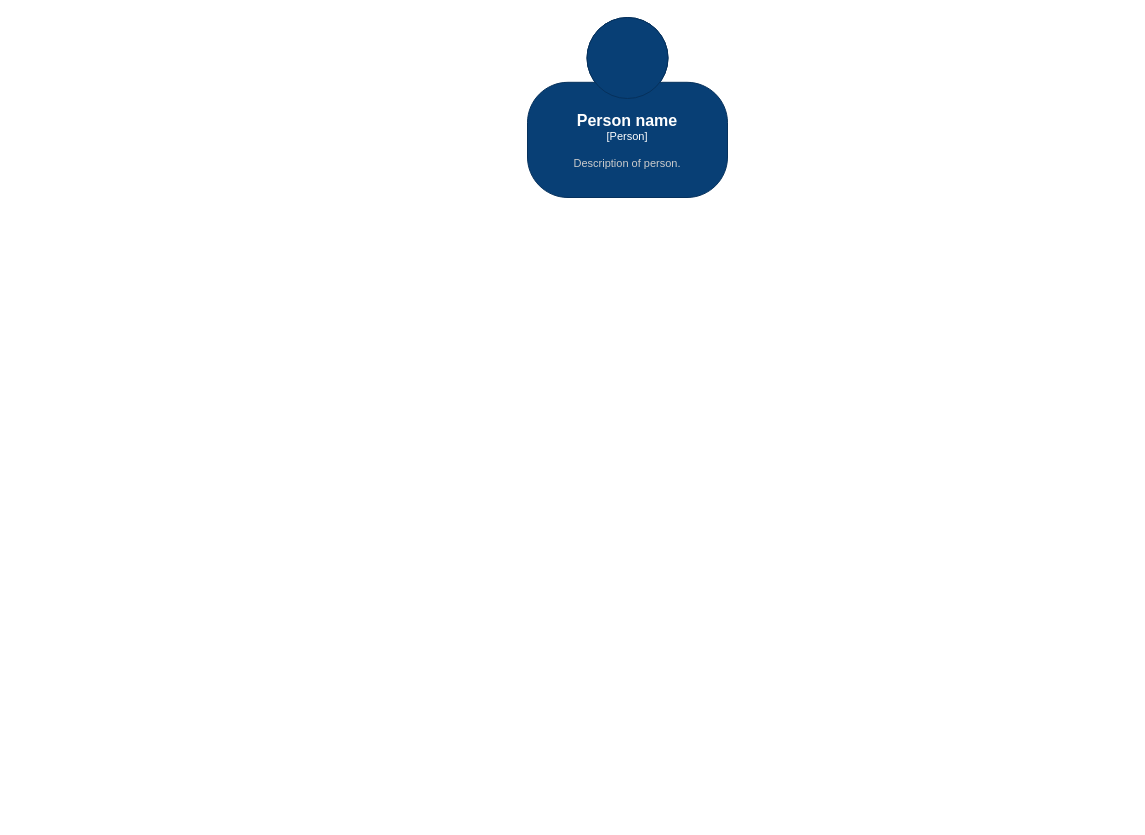
This is C4.drawio from valeriiaradzivilo/drawio_repository, a draw.io file, before an edit. Source tidied: cells renumbered, new cells numbered last; positions are measured from the earlier drawing's top-left corner, leaving out a move shared by most shapes. Both pictures are drawn from the tidied source at 100%, with x=0, y=0 at pixel (527, 17).
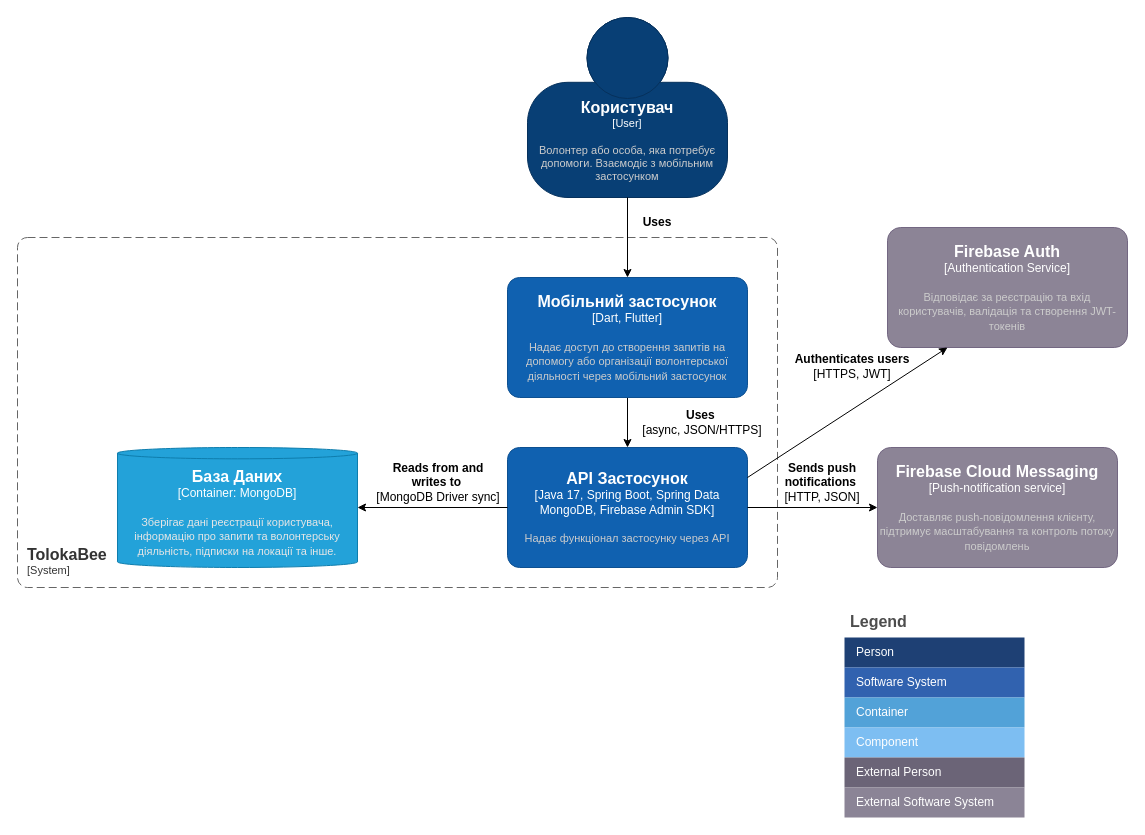
After the change.

Diff of the diagram source:
```diff
@@
-    <object id="2" label="&lt;font style=&quot;font-size: 16px&quot;&gt;&lt;b&gt;%c4Name%&lt;/b&gt;&lt;/font&gt;&lt;div&gt;[%c4Type%]&lt;/div&gt;&lt;br&gt;&lt;div&gt;&lt;font style=&quot;font-size: 11px&quot;&gt;&lt;font color=&quot;#cccccc&quot;&gt;%c4Description%&lt;/font&gt;&lt;/div&gt;" c4Description="Description of person." c4Name="Person name" c4Type="Person" placeholders="1">
+    <object id="2" label="&lt;font style=&quot;font-size: 16px&quot;&gt;&lt;b&gt;%c4Name%&lt;/b&gt;&lt;/font&gt;&lt;div&gt;[%c4Type%]&lt;/div&gt;&lt;br&gt;&lt;div&gt;&lt;font style=&quot;font-size: 11px&quot;&gt;&lt;font color=&quot;#cccccc&quot;&gt;%c4Description%&lt;/font&gt;&lt;/div&gt;" c4Description="Волонтер або особа, яка потребує допомоги. Взаємодіє з мобільним застосунком" c4Name="Користувач" c4Type="User" placeholders="1">
       <mxCell style="html=1;fontSize=11;dashed=0;whiteSpace=wrap;fillColor=#083F75;strokeColor=#06315C;fontColor=#ffffff;shape=mxgraph.c4.person2;align=center;points=[[0.5,0,0],[1,0.5,0],[1,0.75,0],[0.75,1,0],[0.5,1,0],[0.25,1,0],[0,0.75,0],[0,0.5,0]];" parent="1" vertex="1">
         <mxGeometry width="200" height="180" as="geometry" />
       </mxCell>
     </object>
+    <object id="3" label="&lt;font style=&quot;font-size: 16px&quot;&gt;&lt;b&gt;&lt;div style=&quot;text-align: left&quot;&gt;%c4Name%&lt;/div&gt;&lt;/b&gt;&lt;/font&gt;&lt;div style=&quot;text-align: left&quot;&gt;[%c4Application%]&lt;/div&gt;" c4Application="System" c4Name="TolokaBee" placeholders="1">
+      <mxCell style="rounded=1;fontSize=11;whiteSpace=wrap;html=1;dashed=1;arcSize=20;fillColor=none;strokeColor=#666666;fontColor=#333333;labelBackgroundColor=none;align=left;verticalAlign=bottom;labelBorderColor=none;spacingTop=0;spacing=10;dashPattern=8 4;perimeter=rectanglePerimeter;noLabel=0;labelPadding=0;absoluteArcSize=1;" parent="1" vertex="1">
+        <mxGeometry x="-510" y="220" width="760" height="350" as="geometry" />
+      </mxCell>
+    </object>
+    <mxCell id="4" style="edgeStyle=orthogonalEdgeStyle;rounded=0;jettySize=auto;html=1;" parent="1" edge="1" source="5" target="8">
+      <mxGeometry relative="1" as="geometry" />
+    </mxCell>
+    <object id="5" label="&lt;font style=&quot;font-size: 16px&quot;&gt;&lt;b&gt;%c4Name%&lt;/b&gt;&lt;/font&gt;&lt;div&gt;[%c4Type%]&lt;/div&gt;&lt;br&gt;&lt;div&gt;&lt;font style=&quot;font-size: 11px&quot;&gt;&lt;font color=&quot;#cccccc&quot;&gt;%c4Description%&lt;/font&gt;&lt;/div&gt;" c4Description="Надає доступ до створення запитів на допомогу або організації волонтерської діяльності через мобільний застосунок" c4Name="Мобільний застосунок" c4Type="Dart, Flutter" placeholders="1">
+      <mxCell style="rounded=1;whiteSpace=wrap;html=1;labelBackgroundColor=none;fillColor=#1061B0;fontColor=#ffffff;align=center;arcSize=10;strokeColor=#0D5091;points=[[0.25,0,0],[0.5,0,0],[0.75,0,0],[1,0.25,0],[1,0.5,0],[1,0.75,0],[0.75,1,0],[0.5,1,0],[0.25,1,0],[0,0.75,0],[0,0.5,0],[0,0.25,0]];" parent="1" vertex="1">
+        <mxGeometry x="-20" y="260" width="240" height="120" as="geometry" />
+      </mxCell>
+    </object>
+    <mxCell id="6" style="edgeStyle=orthogonalEdgeStyle;rounded=0;jettySize=auto;html=1;entryX=0.5;entryY=0;entryDx=0;entryDy=0;entryPerimeter=0;" parent="1" edge="1" source="2" target="5">
+      <mxGeometry relative="1" as="geometry" />
+    </mxCell>
+    <mxCell id="7" value="Uses" style="text;html=1;align=center;verticalAlign=middle;whiteSpace=wrap;rounded=0;fontStyle=1;" parent="1" vertex="1">
+      <mxGeometry x="100" y="190" width="60" height="30" as="geometry" />
+    </mxCell>
+    <object id="8" label="&lt;font style=&quot;font-size: 16px&quot;&gt;&lt;b&gt;%c4Name%&lt;/b&gt;&lt;/font&gt;&lt;div&gt;[%c4Type%]&lt;/div&gt;&lt;br&gt;&lt;div&gt;&lt;font style=&quot;font-size: 11px&quot;&gt;&lt;font color=&quot;#cccccc&quot;&gt;%c4Description%&lt;/font&gt;&lt;/div&gt;" c4Description="Надає функціонал застосунку через API" c4Name="API Застосунок" c4Type="Java 17, Spring Boot, Spring Data MongoDB, Firebase Admin SDK" placeholders="1">
+      <mxCell style="rounded=1;whiteSpace=wrap;html=1;labelBackgroundColor=none;fillColor=#1061B0;fontColor=#ffffff;align=center;arcSize=10;strokeColor=#0D5091;points=[[0.25,0,0],[0.5,0,0],[0.75,0,0],[1,0.25,0],[1,0.5,0],[1,0.75,0],[0.75,1,0],[0.5,1,0],[0.25,1,0],[0,0.75,0],[0,0.5,0],[0,0.25,0]];" parent="1" vertex="1">
+        <mxGeometry x="-20" y="430" width="240" height="120" as="geometry" />
+      </mxCell>
+    </object>
+    <mxCell id="9" value="&lt;b&gt;Uses&lt;/b&gt;&amp;nbsp;&lt;div&gt;[async, JSON/HTTPS]&lt;/div&gt;" style="text;html=1;align=center;verticalAlign=middle;whiteSpace=wrap;rounded=0;" parent="1" vertex="1">
+      <mxGeometry x="110" y="390" width="130" height="30" as="geometry" />
+    </mxCell>
+    <object id="10" label="&lt;font style=&quot;font-size: 16px&quot;&gt;&lt;b&gt;%c4Name%&lt;/b&gt;&lt;/font&gt;&lt;div&gt;[%c4Type%:&amp;nbsp;%c4Technology%]&lt;/div&gt;&lt;br&gt;&lt;div&gt;&lt;font style=&quot;font-size: 11px&quot;&gt;&lt;font color=&quot;#E6E6E6&quot;&gt;%c4Description%&lt;/font&gt;&lt;/div&gt;" c4Description="Зберігає дані реєстрації користувача, інформацію про запити та волонтерську діяльність, підписки на локації та інше." c4Name="База Даних" c4Technology="MongoDB" c4Type="Container" placeholders="1">
+      <mxCell style="shape=cylinder3;size=5.666666666666686;whiteSpace=wrap;html=1;boundedLbl=1;rounded=0;labelBackgroundColor=none;fillColor=#23A2D9;fontSize=12;fontColor=#ffffff;align=center;strokeColor=#0E7DAD;points=[[0.5,0,0],[1,0.25,0],[1,0.5,0],[1,0.75,0],[0.5,1,0],[0,0.75,0],[0,0.5,0],[0,0.25,0]];" parent="1" vertex="1">
+        <mxGeometry x="-410" y="430" width="240" height="120" as="geometry" />
+      </mxCell>
+    </object>
+    <mxCell id="11" style="edgeStyle=orthogonalEdgeStyle;rounded=0;jettySize=auto;html=1;entryX=1;entryY=0.5;entryDx=0;entryDy=0;entryPerimeter=0;" parent="1" edge="1" source="8" target="10">
+      <mxGeometry relative="1" as="geometry" />
+    </mxCell>
+    <mxCell id="12" value="&lt;b&gt;Reads from and writes to&lt;/b&gt;&amp;nbsp;&lt;div&gt;[MongoDB Driver sync]&lt;/div&gt;" style="text;html=1;align=center;verticalAlign=middle;whiteSpace=wrap;rounded=0;" parent="1" vertex="1">
+      <mxGeometry x="-154" y="450" width="130" height="30" as="geometry" />
+    </mxCell>
+    <object id="13" label="&lt;font style=&quot;font-size: 16px&quot;&gt;&lt;b&gt;%c4Name%&lt;/b&gt;&lt;/font&gt;&lt;div&gt;[%c4Type%]&lt;/div&gt;&lt;br&gt;&lt;div&gt;&lt;font style=&quot;font-size: 11px&quot;&gt;&lt;font color=&quot;#cccccc&quot;&gt;%c4Description%&lt;/font&gt;&lt;/div&gt;" c4Description="Відповідає за реєстрацію та вхід користувачів, валідація та створення JWT-токенів" c4Name="Firebase Auth" c4Type="Authentication Service" placeholders="1">
+      <mxCell style="rounded=1;whiteSpace=wrap;html=1;labelBackgroundColor=none;fillColor=#8C8496;fontColor=#ffffff;align=center;arcSize=11;strokeColor=#736782;points=[[0.25,0,0],[0.5,0,0],[0.75,0,0],[1,0.25,0],[1,0.5,0],[1,0.75,0],[0.75,1,0],[0.5,1,0],[0.25,1,0],[0,0.75,0],[0,0.5,0],[0,0.25,0]];" parent="1" vertex="1">
+        <mxGeometry x="360" y="210" width="240" height="120" as="geometry" />
+      </mxCell>
+    </object>
+    <object id="14" label="&lt;font style=&quot;font-size: 16px&quot;&gt;&lt;b&gt;%c4Name%&lt;/b&gt;&lt;/font&gt;&lt;div&gt;[%c4Type%]&lt;/div&gt;&lt;br&gt;&lt;div&gt;&lt;font style=&quot;font-size: 11px&quot;&gt;&lt;font color=&quot;#cccccc&quot;&gt;%c4Description%&lt;/font&gt;&lt;/div&gt;" c4Description="Доставляє push-повідомлення клієнту, підтримує масштабування та контроль потоку повідомлень" c4Name="Firebase Cloud Messaging" c4Type="Push-notification service" placeholders="1">
+      <mxCell style="rounded=1;whiteSpace=wrap;html=1;labelBackgroundColor=none;fillColor=#8C8496;fontColor=#ffffff;align=center;arcSize=11;strokeColor=#736782;points=[[0.25,0,0],[0.5,0,0],[0.75,0,0],[1,0.25,0],[1,0.5,0],[1,0.75,0],[0.75,1,0],[0.5,1,0],[0.25,1,0],[0,0.75,0],[0,0.5,0],[0,0.25,0]];" parent="1" vertex="1">
+        <mxGeometry x="350" y="430" width="240" height="120" as="geometry" />
+      </mxCell>
+    </object>
+    <mxCell id="15" style="rounded=0;jettySize=auto;html=1;exitX=1;exitY=0.25;exitDx=0;exitDy=0;exitPerimeter=0;entryX=0.25;entryY=1;entryDx=0;entryDy=0;entryPerimeter=0;" parent="1" edge="1" source="8" target="13">
+      <mxGeometry relative="1" as="geometry" />
+    </mxCell>
+    <mxCell id="16" style="edgeStyle=orthogonalEdgeStyle;rounded=0;jettySize=auto;html=1;exitX=1;exitY=0.5;exitDx=0;exitDy=0;exitPerimeter=0;entryX=0;entryY=0.5;entryDx=0;entryDy=0;entryPerimeter=0;" parent="1" edge="1" source="8" target="14">
+      <mxGeometry relative="1" as="geometry" />
+    </mxCell>
+    <mxCell id="17" value="&lt;b&gt;Authenticates users &lt;/b&gt;[HTTPS, JWT]" style="text;html=1;align=center;verticalAlign=middle;whiteSpace=wrap;rounded=0;" parent="1" vertex="1">
+      <mxGeometry x="260" y="334" width="130" height="30" as="geometry" />
+    </mxCell>
+    <mxCell id="18" value="&lt;b&gt;Sends push notifications&amp;nbsp;&lt;/b&gt;&lt;div&gt;[HTTP, JSON]&lt;/div&gt;" style="text;html=1;align=center;verticalAlign=middle;whiteSpace=wrap;rounded=0;" parent="1" vertex="1">
+      <mxGeometry x="230" y="450" width="130" height="30" as="geometry" />
+    </mxCell>
+    <mxCell id="19" value="Legend" style="shape=table;startSize=30;childLayout=tableLayout;fontSize=16;align=left;verticalAlign=top;fillColor=none;strokeColor=none;fontColor=#4D4D4D;fontStyle=1;spacingLeft=6;spacing=0;" parent="1" vertex="1">
+      <mxGeometry x="317" y="590" width="180" height="210" as="geometry" />
+    </mxCell>
+    <mxCell id="20" style="shape=tableRow;horizontal=0;startSize=0;swimlaneHead=0;swimlaneBody=0;strokeColor=inherit;top=0;left=0;bottom=0;right=0;fillColor=none;fontSize=12;" parent="19" vertex="1">
+      <mxGeometry y="30" width="180" height="30" as="geometry" />
+    </mxCell>
+    <mxCell id="21" value="Person" style="shape=partialRectangle;html=1;whiteSpace=wrap;strokeColor=inherit;overflow=hidden;fillColor=#1E4074;top=0;left=0;bottom=0;right=0;fontSize=12;align=left;fontColor=#FFFFFF;gradientColor=none;spacingLeft=10;spacingRight=4;" parent="20" vertex="1">
+      <mxGeometry width="180" height="30" as="geometry" />
+    </mxCell>
+    <mxCell id="22" style="shape=tableRow;horizontal=0;startSize=0;swimlaneHead=0;swimlaneBody=0;strokeColor=inherit;top=0;left=0;bottom=0;right=0;fillColor=none;fontSize=12;" parent="19" vertex="1">
+      <mxGeometry y="60" width="180" height="30" as="geometry" />
+    </mxCell>
+    <mxCell id="23" value="Software System" style="shape=partialRectangle;html=1;whiteSpace=wrap;strokeColor=inherit;overflow=hidden;fillColor=#3162AF;top=0;left=0;bottom=0;right=0;fontSize=12;align=left;fontColor=#FFFFFF;gradientColor=none;spacingLeft=10;spacingRight=4;" parent="22" vertex="1">
+      <mxGeometry width="180" height="30" as="geometry" />
+    </mxCell>
+    <mxCell id="24" style="shape=tableRow;horizontal=0;startSize=0;swimlaneHead=0;swimlaneBody=0;strokeColor=inherit;top=0;left=0;bottom=0;right=0;fillColor=none;fontSize=12;" parent="19" vertex="1">
+      <mxGeometry y="90" width="180" height="30" as="geometry" />
+    </mxCell>
+    <mxCell id="25" value="Container" style="shape=partialRectangle;html=1;whiteSpace=wrap;strokeColor=inherit;overflow=hidden;fillColor=#52a2d8;top=0;left=0;bottom=0;right=0;fontSize=12;align=left;fontColor=#FFFFFF;gradientColor=none;spacingLeft=10;spacingRight=4;" parent="24" vertex="1">
+      <mxGeometry width="180" height="30" as="geometry" />
+    </mxCell>
+    <mxCell id="26" style="shape=tableRow;horizontal=0;startSize=0;swimlaneHead=0;swimlaneBody=0;strokeColor=inherit;top=0;left=0;bottom=0;right=0;fillColor=none;fontSize=12;" parent="19" vertex="1">
+      <mxGeometry y="120" width="180" height="30" as="geometry" />
+    </mxCell>
+    <mxCell id="27" value="Component" style="shape=partialRectangle;html=1;whiteSpace=wrap;strokeColor=inherit;overflow=hidden;fillColor=#7dbef2;top=0;left=0;bottom=0;right=0;fontSize=12;align=left;fontColor=#FFFFFF;gradientColor=none;spacingLeft=10;spacingRight=4;" parent="26" vertex="1">
+      <mxGeometry width="180" height="30" as="geometry" />
+    </mxCell>
+    <mxCell id="28" style="shape=tableRow;horizontal=0;startSize=0;swimlaneHead=0;swimlaneBody=0;strokeColor=inherit;top=0;left=0;bottom=0;right=0;fillColor=none;fontSize=12;" parent="19" vertex="1">
+      <mxGeometry y="150" width="180" height="30" as="geometry" />
+    </mxCell>
+    <mxCell id="29" value="External Person" style="shape=partialRectangle;html=1;whiteSpace=wrap;strokeColor=inherit;overflow=hidden;fillColor=#6b6477;top=0;left=0;bottom=0;right=0;fontSize=12;align=left;fontColor=#FFFFFF;gradientColor=none;spacingLeft=10;spacingRight=4;" parent="28" vertex="1">
+      <mxGeometry width="180" height="30" as="geometry" />
+    </mxCell>
+    <mxCell id="30" style="shape=tableRow;horizontal=0;startSize=0;swimlaneHead=0;swimlaneBody=0;strokeColor=inherit;top=0;left=0;bottom=0;right=0;fillColor=none;fontSize=12;" parent="19" vertex="1">
+      <mxGeometry y="180" width="180" height="30" as="geometry" />
+    </mxCell>
+    <mxCell id="31" value="External Software System" style="shape=partialRectangle;html=1;whiteSpace=wrap;strokeColor=inherit;overflow=hidden;fillColor=#8b8496;top=0;left=0;bottom=0;right=0;fontSize=12;align=left;fontColor=#FFFFFF;gradientColor=none;spacingLeft=10;spacingRight=4;" parent="30" vertex="1">
+      <mxGeometry width="180" height="30" as="geometry" />
+    </mxCell>
```
